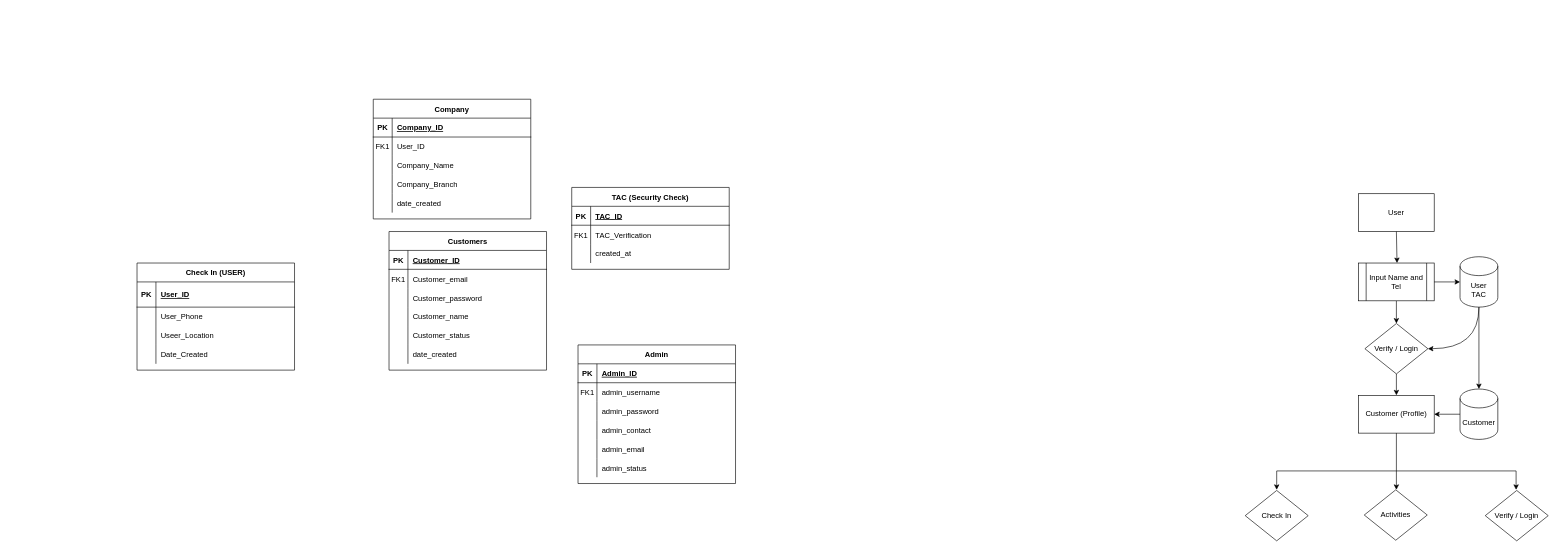
Above: myS.drawio in AmirAini/BackEndDay1 (draw.io), before the change. Source tidied: cells renumbered, new cells numbered last; positions are measured from the earlier drawing's top-left corner, leaving out a move shared by most shapes. Both pictures are drawn from the tidied source at 63%, with x=0, y=0 at pixel (137, 99).
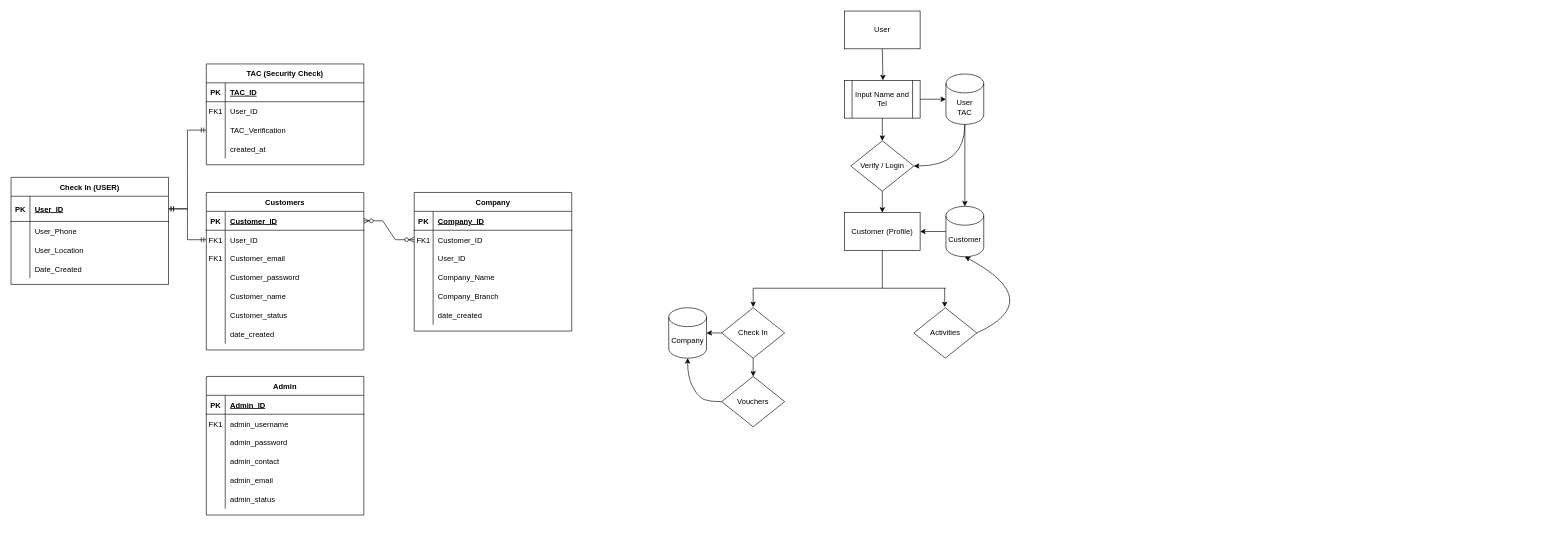
Above is the later version.

The change refers to these unchanged cells:
```xml
<mxCell id="19" style="shape=partialRectangle;fillColor=none;points=[[0,0.5],[1,0.5]];portConstraint=eastwest;top=0;left=0;right=0;bottom=1;" parent="18" vertex="1">
  <mxGeometry y="30" width="250" height="30" as="geometry" />
</mxCell>
<mxCell id="38" style="shape=partialRectangle;fillColor=none;points=[[0,0.5],[1,0.5]];portConstraint=eastwest;top=0;left=0;right=0;bottom=1;" parent="37" vertex="1">
  <mxGeometry y="30" width="250" height="40" as="geometry" />
</mxCell>
<mxCell id="44" style="shape=partialRectangle;fillColor=none;top=0;left=0;right=0;bottom=0;" parent="37" vertex="1">
  <mxGeometry y="100" width="250" height="30" as="geometry" />
</mxCell>
```

What changed in the source:
```diff
@@
     <mxCell id="2" value="Company" style="shape=table;startSize=30;childLayout=tableLayout;rowLines=0;fontStyle=1;align=center;" parent="1" vertex="1">
-      <mxGeometry x="375" width="250" height="190" as="geometry" />
+      <mxGeometry x="440" y="148" width="250" height="220" as="geometry" />
     </mxCell>
@@
+    <mxCell id="100" style="shape=partialRectangle;fillColor=none;points=[[0,0.5],[1,0.5]];portConstraint=eastwest;top=0;left=0;right=0;bottom=0;" parent="2" vertex="1">
+      <mxGeometry y="60" width="250" height="30" as="geometry" />
+    </mxCell>
+    <mxCell id="101" value="FK1" style="shape=partialRectangle;overflow=hidden;fillColor=none;top=0;left=0;bottom=0;right=0;" parent="100" vertex="1">
+      <mxGeometry width="30" height="30" as="geometry" />
+    </mxCell>
+    <mxCell id="102" value="Customer_ID" style="shape=partialRectangle;overflow=hidden;fillColor=none;top=0;left=0;bottom=0;right=0;align=left;spacingLeft=6;" parent="100" vertex="1">
+      <mxGeometry x="30" width="220" height="30" as="geometry" />
+    </mxCell>
     <mxCell id="6" style="shape=partialRectangle;fillColor=none;top=0;left=0;right=0;bottom=0;" parent="2" vertex="1">
-      <mxGeometry y="60" width="250" height="30" as="geometry" />
+      <mxGeometry y="90" width="250" height="30" as="geometry" />
     </mxCell>
-    <mxCell id="7" value="FK1" style="shape=partialRectangle;overflow=hidden;fillColor=none;top=0;left=0;bottom=0;right=0;" parent="6" vertex="1">
+    <mxCell id="7" style="shape=partialRectangle;overflow=hidden;fillColor=none;top=0;left=0;bottom=0;right=0;" parent="6" vertex="1">
       <mxGeometry width="30" height="30" as="geometry" />
     </mxCell>
@@
     <mxCell id="9" style="shape=partialRectangle;fillColor=none;top=0;left=0;right=0;bottom=0;" parent="2" vertex="1">
-      <mxGeometry y="90" width="250" height="30" as="geometry" />
+      <mxGeometry y="120" width="250" height="30" as="geometry" />
     </mxCell>
@@
     <mxCell id="12" style="shape=partialRectangle;fillColor=none;top=0;left=0;right=0;bottom=0;" parent="2" vertex="1">
-      <mxGeometry y="120" width="250" height="30" as="geometry" />
+      <mxGeometry y="150" width="250" height="30" as="geometry" />
     </mxCell>
@@
     <mxCell id="15" style="shape=partialRectangle;fillColor=none;top=0;left=0;right=0;bottom=0;" parent="2" vertex="1">
-      <mxGeometry y="150" width="250" height="30" as="geometry" />
+      <mxGeometry y="180" width="250" height="30" as="geometry" />
     </mxCell>
@@
     <mxCell id="18" value="Customers" style="shape=table;startSize=30;childLayout=tableLayout;rowLines=0;fontStyle=1;align=center;" parent="1" vertex="1">
-      <mxGeometry x="400" y="210" width="250" height="220" as="geometry" />
+      <mxGeometry x="110" y="148" width="250" height="250" as="geometry" />
     </mxCell>
@@
+    <mxCell id="103" style="shape=partialRectangle;fillColor=none;points=[[0,0.5],[1,0.5]];portConstraint=eastwest;top=0;left=0;right=0;bottom=0;" parent="18" vertex="1">
+      <mxGeometry y="60" width="250" height="30" as="geometry" />
+    </mxCell>
+    <mxCell id="104" value="FK1" style="shape=partialRectangle;overflow=hidden;fillColor=none;top=0;left=0;bottom=0;right=0;" parent="103" vertex="1">
+      <mxGeometry width="30" height="30" as="geometry" />
+    </mxCell>
+    <mxCell id="105" value="User_ID" style="shape=partialRectangle;overflow=hidden;fillColor=none;top=0;left=0;bottom=0;right=0;align=left;spacingLeft=6;" parent="103" vertex="1">
+      <mxGeometry x="30" width="220" height="30" as="geometry" />
+    </mxCell>
     <mxCell id="22" style="shape=partialRectangle;fillColor=none;top=0;left=0;right=0;bottom=0;" parent="18" vertex="1">
-      <mxGeometry y="60" width="250" height="30" as="geometry" />
+      <mxGeometry y="90" width="250" height="30" as="geometry" />
     </mxCell>
@@
     <mxCell id="25" style="shape=partialRectangle;fillColor=none;top=0;left=0;right=0;bottom=0;" parent="18" vertex="1">
-      <mxGeometry y="90" width="250" height="30" as="geometry" />
+      <mxGeometry y="120" width="250" height="30" as="geometry" />
     </mxCell>
@@
     <mxCell id="28" style="shape=partialRectangle;fillColor=none;top=0;left=0;right=0;bottom=0;" parent="18" vertex="1">
-      <mxGeometry y="120" width="250" height="30" as="geometry" />
+      <mxGeometry y="150" width="250" height="30" as="geometry" />
     </mxCell>
@@
     <mxCell id="31" style="shape=partialRectangle;fillColor=none;top=0;left=0;right=0;bottom=0;" parent="18" vertex="1">
-      <mxGeometry y="150" width="250" height="30" as="geometry" />
+      <mxGeometry y="180" width="250" height="30" as="geometry" />
     </mxCell>
@@
     <mxCell id="34" style="shape=partialRectangle;fillColor=none;top=0;left=0;right=0;bottom=0;" parent="18" vertex="1">
-      <mxGeometry y="180" width="250" height="30" as="geometry" />
+      <mxGeometry y="210" width="250" height="30" as="geometry" />
     </mxCell>
@@
     <mxCell id="37" value="Check In (USER)" style="shape=table;startSize=30;childLayout=tableLayout;rowLines=0;fontStyle=1;align=center;" parent="1" vertex="1">
-      <mxGeometry y="260" width="250" height="170" as="geometry" />
+      <mxGeometry x="-200" y="124" width="250" height="170" as="geometry" />
     </mxCell>
@@
-    <mxCell id="46" value="Useer_Location" style="shape=partialRectangle;overflow=hidden;fillColor=none;top=0;left=0;bottom=0;right=0;align=left;spacingLeft=6;" parent="44" vertex="1">
+    <mxCell id="46" value="User_Location" style="shape=partialRectangle;overflow=hidden;fillColor=none;top=0;left=0;bottom=0;right=0;align=left;spacingLeft=6;" parent="44" vertex="1">
       <mxGeometry x="30" width="220" height="30" as="geometry" />
     </mxCell>
@@
     <mxCell id="50" value="TAC (Security Check)" style="shape=table;startSize=30;childLayout=tableLayout;rowLines=0;fontStyle=1;align=center;" parent="1" vertex="1">
-      <mxGeometry x="690" y="140" width="250" height="130" as="geometry" />
+      <mxGeometry x="110" y="-56" width="250" height="160" as="geometry" />
     </mxCell>
@@
+    <mxCell id="106" style="shape=partialRectangle;fillColor=none;top=0;left=0;right=0;bottom=0;" parent="50" vertex="1">
+      <mxGeometry y="60" width="250" height="30" as="geometry" />
+    </mxCell>
+    <mxCell id="107" value="FK1" style="shape=partialRectangle;overflow=hidden;fillColor=none;top=0;left=0;bottom=0;right=0;" parent="106" vertex="1">
+      <mxGeometry width="30" height="30" as="geometry" />
+    </mxCell>
+    <mxCell id="108" value="User_ID" style="shape=partialRectangle;overflow=hidden;fillColor=none;top=0;left=0;bottom=0;right=0;align=left;spacingLeft=6;" parent="106" vertex="1">
+      <mxGeometry x="30" width="220" height="30" as="geometry" />
+    </mxCell>
     <mxCell id="54" style="shape=partialRectangle;fillColor=none;points=[[0,0.5],[1,0.5]];portConstraint=eastwest;top=0;left=0;right=0;bottom=0;" parent="50" vertex="1">
-      <mxGeometry y="60" width="250" height="30" as="geometry" />
+      <mxGeometry y="90" width="250" height="30" as="geometry" />
     </mxCell>
-    <mxCell id="55" value="FK1" style="shape=partialRectangle;overflow=hidden;fillColor=none;top=0;left=0;bottom=0;right=0;" parent="54" vertex="1">
+    <mxCell id="55" style="shape=partialRectangle;overflow=hidden;fillColor=none;top=0;left=0;bottom=0;right=0;" parent="54" vertex="1">
       <mxGeometry width="30" height="30" as="geometry" />
     </mxCell>
@@
     <mxCell id="57" style="shape=partialRectangle;fillColor=none;top=0;left=0;right=0;bottom=0;" parent="50" vertex="1">
-      <mxGeometry y="90" width="250" height="30" as="geometry" />
+      <mxGeometry y="120" width="250" height="30" as="geometry" />
     </mxCell>
@@
     <mxCell id="60" value="Admin" style="shape=table;startSize=30;childLayout=tableLayout;rowLines=0;fontStyle=1;align=center;" parent="1" vertex="1">
-      <mxGeometry x="700" y="390" width="250" height="220" as="geometry" />
+      <mxGeometry x="110" y="440" width="250" height="220" as="geometry" />
     </mxCell>
@@
     <mxCell id="79" value="User" style="rounded=0;whiteSpace=wrap;html=1;" parent="1" vertex="1">
-      <mxGeometry x="1939" y="150" width="120" height="60" as="geometry" />
+      <mxGeometry x="1123" y="-140" width="120" height="60" as="geometry" />
     </mxCell>
     <mxCell id="80" style="endArrow=classic;html=1;rounded=0;exitX=0.5;exitY=1;exitDx=0;exitDy=0;" parent="1" edge="1" source="79">
       <mxGeometry relative="1" as="geometry">
-        <mxPoint x="2000" y="260" as="targetPoint" />
+        <mxPoint x="1184" y="-30" as="targetPoint" />
       </mxGeometry>
     </mxCell>
@@
     <mxCell id="82" value="User&lt;br&gt;TAC" style="shape=cylinder3;whiteSpace=wrap;html=1;boundedLbl=1;backgroundOutline=1;size=15;" parent="1" vertex="1">
-      <mxGeometry x="2100" y="250" width="60" height="80" as="geometry" />
+      <mxGeometry x="1284" y="-40" width="60" height="80" as="geometry" />
     </mxCell>
     <mxCell id="83" value="Input Name and Tel" style="shape=process;whiteSpace=wrap;html=1;backgroundOutline=1;" parent="1" vertex="1">
-      <mxGeometry x="1939" y="260" width="120" height="60" as="geometry" />
+      <mxGeometry x="1123" y="-30" width="120" height="60" as="geometry" />
     </mxCell>
@@
     <mxCell id="85" value="Verify / Login" style="rhombus;whiteSpace=wrap;html=1;" parent="1" vertex="1">
-      <mxGeometry x="1949" y="356" width="100" height="80" as="geometry" />
+      <mxGeometry x="1133" y="66" width="100" height="80" as="geometry" />
     </mxCell>
     <mxCell id="86" style="curved=1;endArrow=classic;html=1;rounded=0;exitX=0.5;exitY=1;exitDx=0;exitDy=0;exitPerimeter=0;entryX=1;entryY=0.5;entryDx=0;entryDy=0;" parent="1" edge="1" source="82" target="85">
       <mxGeometry relative="1" as="geometry">
         <Array as="points">
-          <mxPoint x="2130" y="396" />
+          <mxPoint x="1314" y="106" />
         </Array>
       </mxGeometry>
     </mxCell>
     <mxCell id="87" style="endArrow=classic;html=1;rounded=0;exitX=0.5;exitY=1;exitDx=0;exitDy=0;" parent="1" edge="1" source="85">
       <mxGeometry relative="1" as="geometry">
-        <mxPoint x="1999" y="470" as="targetPoint" />
+        <mxPoint x="1183" y="180" as="targetPoint" />
       </mxGeometry>
     </mxCell>
     <mxCell id="88" value="Customer (Profile)" style="rounded=0;whiteSpace=wrap;html=1;" parent="1" vertex="1">
-      <mxGeometry x="1939" y="470" width="120" height="60" as="geometry" />
+      <mxGeometry x="1123" y="180" width="120" height="60" as="geometry" />
     </mxCell>
     <mxCell id="89" style="endArrow=none;html=1;rounded=0;exitX=0.5;exitY=1;exitDx=0;exitDy=0;" parent="1" edge="1" source="88">
       <mxGeometry relative="1" as="geometry">
-        <mxPoint x="1999" y="590" as="targetPoint" />
+        <mxPoint x="1183" y="300" as="targetPoint" />
       </mxGeometry>
     </mxCell>
     <mxCell id="90" style="endArrow=none;html=1;rounded=0;" parent="1" edge="1">
       <mxGeometry relative="1" as="geometry">
-        <mxPoint x="1809" y="590" as="sourcePoint" />
-        <mxPoint x="2189" y="590" as="targetPoint" />
+        <mxPoint x="978" y="300" as="sourcePoint" />
+        <mxPoint x="1284" y="300" as="targetPoint" />
       </mxGeometry>
     </mxCell>
     <mxCell id="91" value="Customer" style="shape=cylinder3;whiteSpace=wrap;html=1;boundedLbl=1;backgroundOutline=1;size=15;" parent="1" vertex="1">
-      <mxGeometry x="2100" y="460" width="60" height="80" as="geometry" />
+      <mxGeometry x="1284" y="170" width="60" height="80" as="geometry" />
     </mxCell>
@@
-    <mxCell id="94" style="endArrow=classic;html=1;rounded=0;" parent="1" edge="1">
+    <mxCell id="94" style="endArrow=classic;html=1;rounded=0;exitX=0.5;exitY=1;exitDx=0;exitDy=0;" parent="1" edge="1" source="97">
       <mxGeometry relative="1" as="geometry">
-        <mxPoint x="2189" y="590" as="sourcePoint" />
-        <mxPoint x="2189" y="620" as="targetPoint" />
+        <mxPoint x="978" y="440" as="targetPoint" />
       </mxGeometry>
     </mxCell>
     <mxCell id="95" style="endArrow=classic;html=1;rounded=0;" parent="1" edge="1">
       <mxGeometry relative="1" as="geometry">
-        <mxPoint x="1999" y="590" as="sourcePoint" />
-        <mxPoint x="1999" y="620" as="targetPoint" />
+        <mxPoint x="1282" y="300" as="sourcePoint" />
+        <mxPoint x="1282" y="330" as="targetPoint" />
       </mxGeometry>
     </mxCell>
     <mxCell id="96" style="endArrow=classic;html=1;rounded=0;" parent="1" edge="1">
       <mxGeometry relative="1" as="geometry">
-        <mxPoint x="1809" y="590" as="sourcePoint" />
-        <mxPoint x="1809" y="620" as="targetPoint" />
+        <mxPoint x="978" y="300" as="sourcePoint" />
+        <mxPoint x="978" y="330" as="targetPoint" />
       </mxGeometry>
     </mxCell>
     <mxCell id="97" value="Check In" style="rhombus;whiteSpace=wrap;html=1;" parent="1" vertex="1">
-      <mxGeometry x="1759" y="621" width="100" height="80" as="geometry" />
+      <mxGeometry x="928" y="331" width="100" height="80" as="geometry" />
     </mxCell>
     <mxCell id="98" value="Activities" style="rhombus;whiteSpace=wrap;html=1;" parent="1" vertex="1">
-      <mxGeometry x="1948" y="620" width="100" height="80" as="geometry" />
+      <mxGeometry x="1233" y="331" width="100" height="80" as="geometry" />
     </mxCell>
-    <mxCell id="99" value="Verify / Login" style="rhombus;whiteSpace=wrap;html=1;" parent="1" vertex="1">
-      <mxGeometry x="2140" y="621" width="100" height="80" as="geometry" />
+    <mxCell id="99" value="Vouchers" style="rhombus;whiteSpace=wrap;html=1;" parent="1" vertex="1">
+      <mxGeometry x="928" y="440" width="100" height="80" as="geometry" />
     </mxCell>
+    <mxCell id="109" style="endArrow=classic;html=1;rounded=0;exitX=0;exitY=0.5;exitDx=0;exitDy=0;entryX=1;entryY=0.5;entryDx=0;entryDy=0;entryPerimeter=0;" parent="1" edge="1" source="97" target="110">
+      <mxGeometry relative="1" as="geometry" />
+    </mxCell>
+    <mxCell id="110" value="Company&lt;br&gt;" style="shape=cylinder3;whiteSpace=wrap;html=1;boundedLbl=1;backgroundOutline=1;size=15;" parent="1" vertex="1">
+      <mxGeometry x="844" y="331" width="60" height="80" as="geometry" />
+    </mxCell>
+    <mxCell id="111" style="curved=1;endArrow=classic;html=1;rounded=0;exitX=0;exitY=0.5;exitDx=0;exitDy=0;entryX=0.5;entryY=1;entryDx=0;entryDy=0;entryPerimeter=0;" parent="1" edge="1" source="99" target="110">
+      <mxGeometry relative="1" as="geometry">
+        <Array as="points">
+          <mxPoint x="904" y="480" />
+          <mxPoint x="888" y="469" />
+          <mxPoint x="874" y="440" />
+        </Array>
+      </mxGeometry>
+    </mxCell>
+    <mxCell id="112" style="curved=1;endArrow=classic;html=1;rounded=0;exitX=1;exitY=0.5;exitDx=0;exitDy=0;entryX=0.5;entryY=1;entryDx=0;entryDy=0;entryPerimeter=0;" parent="1" edge="1" source="98" target="91">
+      <mxGeometry relative="1" as="geometry">
+        <Array as="points">
+          <mxPoint x="1444" y="320" />
+        </Array>
+      </mxGeometry>
+    </mxCell>
+    <mxCell id="113" style="edgeStyle=entityRelationEdgeStyle;fontSize=12;html=1;endArrow=ERmandOne;startArrow=ERmandOne;rounded=0;entryX=0;entryY=0.5;entryDx=0;entryDy=0;" parent="1" edge="1" source="38" target="103">
+      <mxGeometry relative="1" as="geometry" />
+    </mxCell>
+    <mxCell id="114" style="edgeStyle=entityRelationEdgeStyle;fontSize=12;html=1;endArrow=ERmandOne;startArrow=ERmandOne;rounded=0;" parent="1" edge="1" source="38" target="54">
+      <mxGeometry relative="1" as="geometry" />
+    </mxCell>
+    <mxCell id="115" style="edgeStyle=entityRelationEdgeStyle;fontSize=12;html=1;endArrow=ERzeroToMany;endFill=1;startArrow=ERzeroToMany;rounded=0;" parent="1" edge="1" source="19" target="100">
+      <mxGeometry relative="1" as="geometry" />
+    </mxCell>
```
